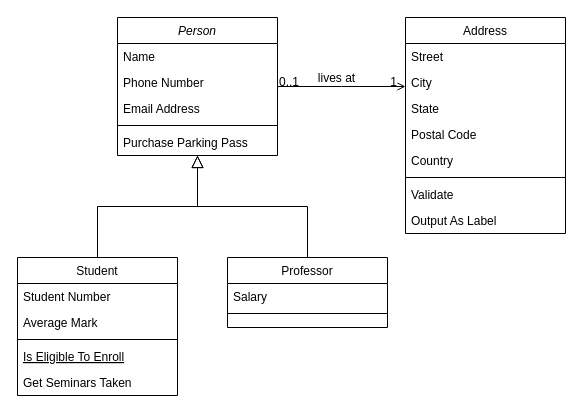
The draw.io diagram cat.drawio in PP-Comcave/01_HelloWorld, before the edit. Source tidied: cells renumbered, new cells numbered last; positions are measured from the earlier drawing's top-left corner, leaving out a move shared by most shapes. Both pictures are drawn from the tidied source at 100%, with x=0, y=0 at pixel (17, 17).
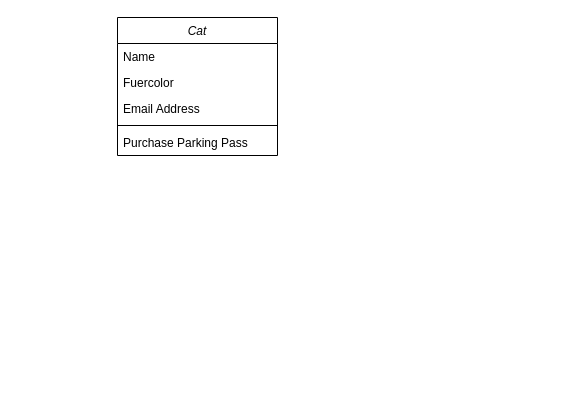
The same diagram, later.

What changed in the source:
```diff
@@
-    <mxCell id="2" value="Person" style="swimlane;fontStyle=2;align=center;verticalAlign=top;horizontal=1;startSize=26;rounded=0;shadow=0;strokeWidth=1;" parent="1" vertex="1">
+    <mxCell id="2" value="Cat" style="swimlane;fontStyle=2;align=center;verticalAlign=top;horizontal=1;startSize=26;rounded=0;shadow=0;strokeWidth=1;" parent="1" vertex="1">
       <mxGeometry x="100" width="160" height="138" as="geometry" />
     </mxCell>
@@
-    <mxCell id="4" value="Phone Number" style="text;align=left;verticalAlign=top;spacingLeft=4;spacingRight=4;overflow=hidden;rounded=0;shadow=0;html=0;" parent="2" vertex="1">
+    <mxCell id="4" value="Fuercolor" style="text;align=left;verticalAlign=top;spacingLeft=4;spacingRight=4;overflow=hidden;rounded=0;shadow=0;html=0;" parent="2" vertex="1">
       <mxGeometry y="52" width="160" height="26" as="geometry" />
     </mxCell>
@@
-    <mxCell id="8" value="Student" style="swimlane;fontStyle=0;align=center;verticalAlign=top;horizontal=1;startSize=26;rounded=0;shadow=0;strokeWidth=1;" parent="1" vertex="1">
-      <mxGeometry y="240" width="160" height="138" as="geometry" />
-    </mxCell>
-    <mxCell id="9" value="Student Number" style="text;align=left;verticalAlign=top;spacingLeft=4;spacingRight=4;overflow=hidden;" parent="8" vertex="1">
-      <mxGeometry y="26" width="160" height="26" as="geometry" />
-    </mxCell>
-    <mxCell id="10" value="Average Mark" style="text;align=left;verticalAlign=top;spacingLeft=4;spacingRight=4;overflow=hidden;rounded=0;shadow=0;html=0;" parent="8" vertex="1">
-      <mxGeometry y="52" width="160" height="26" as="geometry" />
-    </mxCell>
-    <mxCell id="11" style="line;html=1;strokeWidth=1;align=left;verticalAlign=middle;spacingTop=-1;spacingLeft=3;spacingRight=3;labelPosition=right;" parent="8" vertex="1">
-      <mxGeometry y="78" width="160" height="8" as="geometry" />
-    </mxCell>
-    <mxCell id="12" value="Is Eligible To Enroll" style="text;align=left;verticalAlign=top;spacingLeft=4;spacingRight=4;overflow=hidden;fontStyle=4;" parent="8" vertex="1">
-      <mxGeometry y="86" width="160" height="26" as="geometry" />
-    </mxCell>
-    <mxCell id="13" value="Get Seminars Taken" style="text;align=left;verticalAlign=top;spacingLeft=4;spacingRight=4;overflow=hidden;" parent="8" vertex="1">
-      <mxGeometry y="112" width="160" height="26" as="geometry" />
-    </mxCell>
-    <mxCell id="14" style="endArrow=block;endSize=10;endFill=0;shadow=0;strokeWidth=1;rounded=0;edgeStyle=elbowEdgeStyle;elbow=vertical;" parent="1" edge="1" source="8" target="2">
-      <mxGeometry relative="1" as="geometry" />
-    </mxCell>
-    <mxCell id="15" value="Professor" style="swimlane;fontStyle=0;align=center;verticalAlign=top;horizontal=1;startSize=26;rounded=0;shadow=0;strokeWidth=1;" parent="1" vertex="1">
-      <mxGeometry x="210" y="240" width="160" height="70" as="geometry" />
-    </mxCell>
-    <mxCell id="16" value="Salary" style="text;align=left;verticalAlign=top;spacingLeft=4;spacingRight=4;overflow=hidden;" parent="15" vertex="1">
-      <mxGeometry y="26" width="160" height="26" as="geometry" />
-    </mxCell>
-    <mxCell id="17" style="line;html=1;strokeWidth=1;align=left;verticalAlign=middle;spacingTop=-1;spacingLeft=3;spacingRight=3;labelPosition=right;" parent="15" vertex="1">
-      <mxGeometry y="52" width="160" height="8" as="geometry" />
-    </mxCell>
-    <mxCell id="18" style="endArrow=block;endSize=10;endFill=0;shadow=0;strokeWidth=1;rounded=0;edgeStyle=elbowEdgeStyle;elbow=vertical;" parent="1" edge="1" source="15" target="2">
-      <mxGeometry relative="1" as="geometry" />
-    </mxCell>
-    <mxCell id="19" value="Address" style="swimlane;fontStyle=0;align=center;verticalAlign=top;horizontal=1;startSize=26;rounded=0;shadow=0;strokeWidth=1;" parent="1" vertex="1">
-      <mxGeometry x="388" width="160" height="216" as="geometry" />
-    </mxCell>
-    <mxCell id="20" value="Street" style="text;align=left;verticalAlign=top;spacingLeft=4;spacingRight=4;overflow=hidden;" parent="19" vertex="1">
-      <mxGeometry y="26" width="160" height="26" as="geometry" />
-    </mxCell>
-    <mxCell id="21" value="City" style="text;align=left;verticalAlign=top;spacingLeft=4;spacingRight=4;overflow=hidden;rounded=0;shadow=0;html=0;" parent="19" vertex="1">
-      <mxGeometry y="52" width="160" height="26" as="geometry" />
-    </mxCell>
-    <mxCell id="22" value="State" style="text;align=left;verticalAlign=top;spacingLeft=4;spacingRight=4;overflow=hidden;rounded=0;shadow=0;html=0;" parent="19" vertex="1">
-      <mxGeometry y="78" width="160" height="26" as="geometry" />
-    </mxCell>
-    <mxCell id="23" value="Postal Code" style="text;align=left;verticalAlign=top;spacingLeft=4;spacingRight=4;overflow=hidden;rounded=0;shadow=0;html=0;" parent="19" vertex="1">
-      <mxGeometry y="104" width="160" height="26" as="geometry" />
-    </mxCell>
-    <mxCell id="24" value="Country" style="text;align=left;verticalAlign=top;spacingLeft=4;spacingRight=4;overflow=hidden;rounded=0;shadow=0;html=0;" parent="19" vertex="1">
-      <mxGeometry y="130" width="160" height="26" as="geometry" />
-    </mxCell>
-    <mxCell id="25" style="line;html=1;strokeWidth=1;align=left;verticalAlign=middle;spacingTop=-1;spacingLeft=3;spacingRight=3;labelPosition=right;" parent="19" vertex="1">
-      <mxGeometry y="156" width="160" height="8" as="geometry" />
-    </mxCell>
-    <mxCell id="26" value="Validate" style="text;align=left;verticalAlign=top;spacingLeft=4;spacingRight=4;overflow=hidden;" parent="19" vertex="1">
-      <mxGeometry y="164" width="160" height="26" as="geometry" />
-    </mxCell>
-    <mxCell id="27" value="Output As Label" style="text;align=left;verticalAlign=top;spacingLeft=4;spacingRight=4;overflow=hidden;" parent="19" vertex="1">
-      <mxGeometry y="190" width="160" height="26" as="geometry" />
-    </mxCell>
-    <mxCell id="28" style="endArrow=open;shadow=0;strokeWidth=1;rounded=0;endFill=1;edgeStyle=elbowEdgeStyle;elbow=vertical;" parent="1" edge="1" source="2" target="19">
-      <mxGeometry x="0.5" y="41" relative="1" as="geometry">
-        <mxPoint x="-40" y="32" as="offset" />
-      </mxGeometry>
-    </mxCell>
-    <mxCell id="29" value="0..1" style="align=left;verticalAlign=bottom;labelBackgroundColor=none;fontSize=12;" parent="28" vertex="1">
-      <mxGeometry x="-1" relative="1" as="geometry">
-        <mxPoint y="4" as="offset" />
-      </mxGeometry>
-    </mxCell>
-    <mxCell id="30" value="1" style="align=right;verticalAlign=bottom;labelBackgroundColor=none;fontSize=12;" parent="28" vertex="1">
-      <mxGeometry x="1" relative="1" as="geometry">
-        <mxPoint x="-7" y="4" as="offset" />
-      </mxGeometry>
-    </mxCell>
-    <mxCell id="31" value="lives at" style="text;html=1;align=center;verticalAlign=middle;labelBackgroundColor=none;rounded=0;shadow=0;strokeWidth=1;fontSize=12;" parent="28" vertex="1">
-      <mxGeometry x="0.5" y="49" relative="1" as="geometry">
-        <mxPoint x="-38" y="40" as="offset" />
-      </mxGeometry>
-    </mxCell>
```
